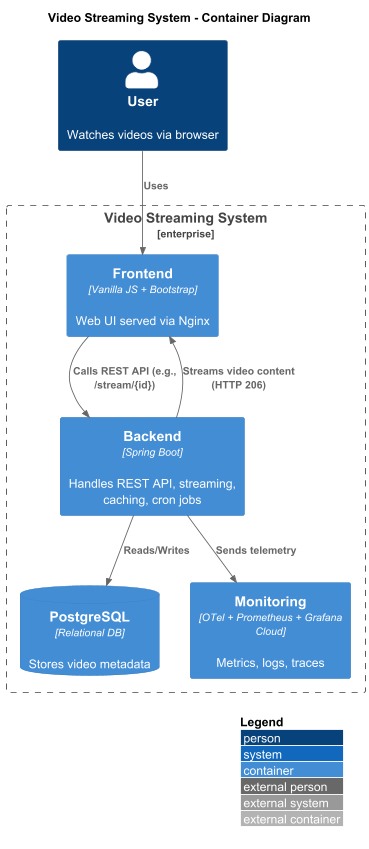
Earlier version of the PlantUML export doc/images/C4-L2.png (nguyenhuuca/assessment). Its source is kept beside it as doc/puml/C4-L2.puml.
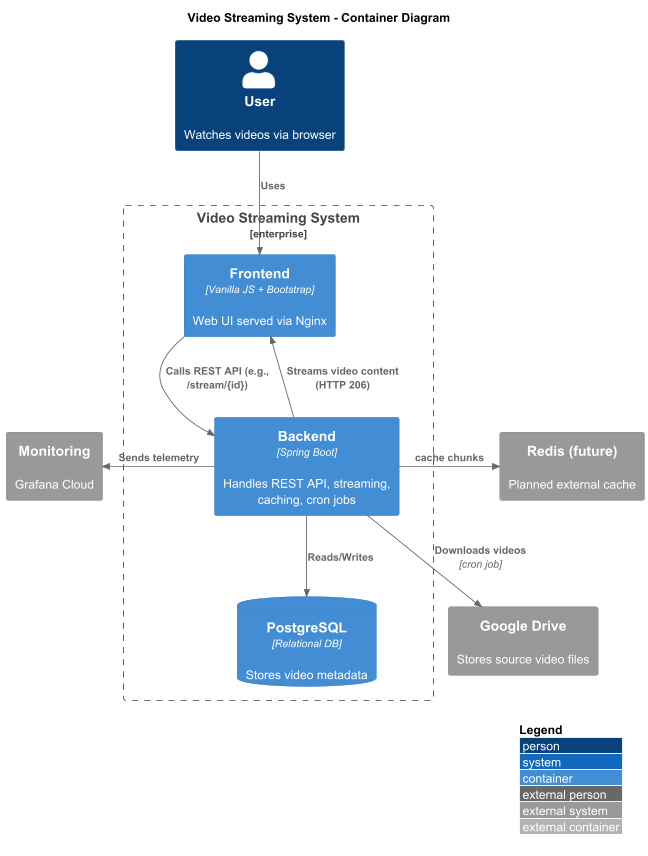
After the commit.

What changed in the source:
```diff
@@ -6,13 +6,16 @@
 title Video Streaming System - Container Diagram
 
 Person(user, "User", "Watches videos via browser")
+System_Ext(redis, "Redis (future)", "Planned external cache")
+System_Ext(mon, "Monitoring", "Grafana Cloud")
+System_Ext(drive, "Google Drive", "Stores source video files")
 
 Enterprise_Boundary(system, "Video Streaming System") {
 
   Container(fe, "Frontend", "Vanilla JS + Bootstrap", "Web UI served via Nginx")
   Container(be, "Backend", "Spring Boot", "Handles REST API, streaming, caching, cron jobs")
   ContainerDb(db, "PostgreSQL", "Relational DB", "Stores video metadata")
-  Container(mon, "Monitoring", "OTel + Prometheus + Grafana Cloud", "Metrics, logs, traces")
+
 }
 
 Lay_R(user, fe)
@@ -21,6 +24,9 @@
 Rel(fe, be, "Calls REST API (e.g., /stream/{id})")
 Rel(be, fe, "Streams video content (HTTP 206)")
 Rel(be, db, "Reads/Writes")
-Rel(be, mon, "Sends telemetry")
+Rel_L(be, mon, "Sends telemetry")
+Rel_R(be, redis, "cache chunks", "")
+Rel_D(be, drive, "Downloads videos", "cron job")
+
 
 @enduml
```
